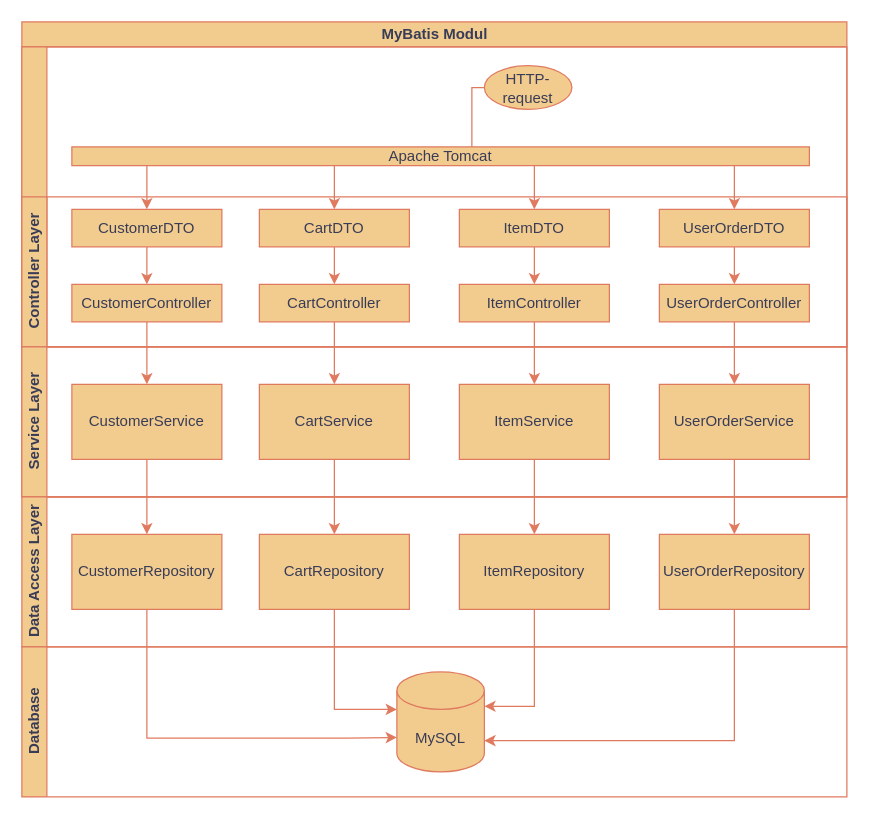
Above: concepts/myBatisArch.drawio in mhayo/ORM-Project (draw.io), before the change. Source tidied: cells renumbered, new cells numbered last; positions are measured from the earlier drawing's top-left corner, leaving out a move shared by most shapes. Both pictures are drawn from the tidied source at 125%, with x=0, y=0 at pixel (21, 21).
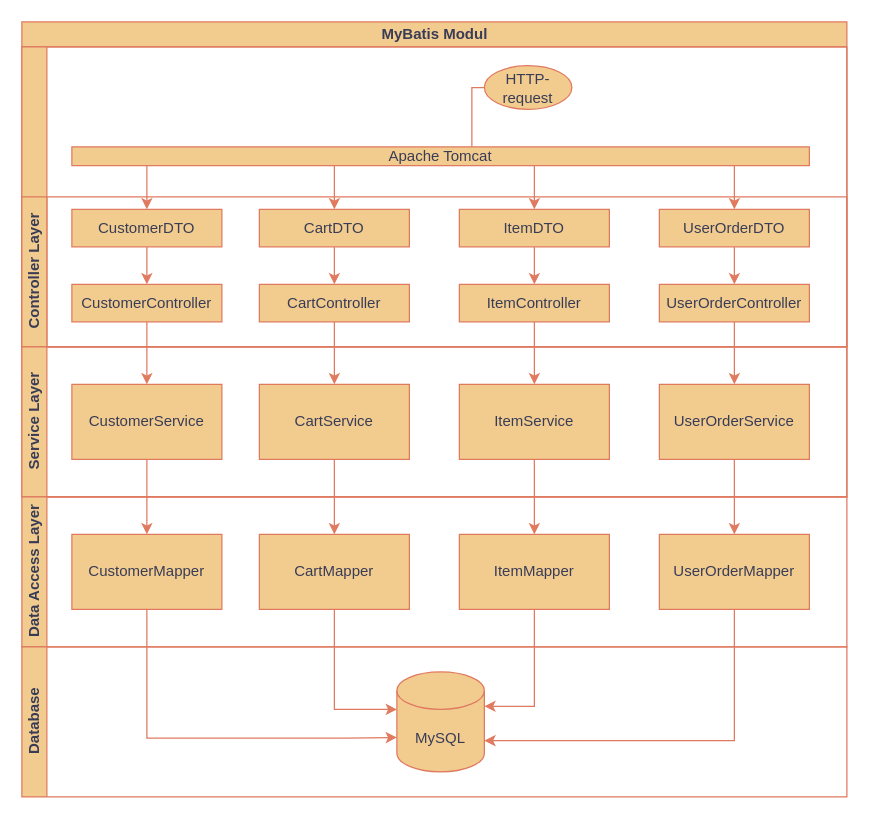
The same page after the edit.

The change refers to these unchanged cells:
```xml
<mxCell id="32" value="Data Access Layer" style="swimlane;startSize=20;horizontal=0;html=1;labelBackgroundColor=none;fillColor=#F2CC8F;strokeColor=#E07A5F;fontColor=#393C56;" parent="1" vertex="1">
  <mxGeometry y="380" width="660" height="120" as="geometry" />
</mxCell>
```

Change to the diagram source:
```diff
@@
-    <mxCell id="33" value="CartRepository" style="rounded=0;whiteSpace=wrap;html=1;labelBackgroundColor=none;fillColor=#F2CC8F;strokeColor=#E07A5F;fontColor=#393C56;" parent="32" vertex="1">
+    <mxCell id="33" value="CartMapper" style="rounded=0;whiteSpace=wrap;html=1;labelBackgroundColor=none;fillColor=#F2CC8F;strokeColor=#E07A5F;fontColor=#393C56;" parent="32" vertex="1">
       <mxGeometry x="190" y="30" width="120" height="60" as="geometry" />
     </mxCell>
-    <mxCell id="34" value="CustomerRepository" style="rounded=0;whiteSpace=wrap;html=1;labelBackgroundColor=none;fillColor=#F2CC8F;strokeColor=#E07A5F;fontColor=#393C56;" parent="32" vertex="1">
+    <mxCell id="34" value="CustomerMapper" style="rounded=0;whiteSpace=wrap;html=1;labelBackgroundColor=none;fillColor=#F2CC8F;strokeColor=#E07A5F;fontColor=#393C56;" parent="32" vertex="1">
       <mxGeometry x="40" y="30" width="120" height="60" as="geometry" />
     </mxCell>
-    <mxCell id="35" value="ItemRepository" style="rounded=0;whiteSpace=wrap;html=1;labelBackgroundColor=none;fillColor=#F2CC8F;strokeColor=#E07A5F;fontColor=#393C56;" parent="32" vertex="1">
+    <mxCell id="35" value="ItemMapper" style="rounded=0;whiteSpace=wrap;html=1;labelBackgroundColor=none;fillColor=#F2CC8F;strokeColor=#E07A5F;fontColor=#393C56;" parent="32" vertex="1">
       <mxGeometry x="350" y="30" width="120" height="60" as="geometry" />
     </mxCell>
-    <mxCell id="36" value="UserOrderRepository" style="rounded=0;whiteSpace=wrap;html=1;labelBackgroundColor=none;fillColor=#F2CC8F;strokeColor=#E07A5F;fontColor=#393C56;" parent="32" vertex="1">
+    <mxCell id="36" value="UserOrderMapper" style="rounded=0;whiteSpace=wrap;html=1;labelBackgroundColor=none;fillColor=#F2CC8F;strokeColor=#E07A5F;fontColor=#393C56;" parent="32" vertex="1">
       <mxGeometry x="510" y="30" width="120" height="60" as="geometry" />
     </mxCell>
```
